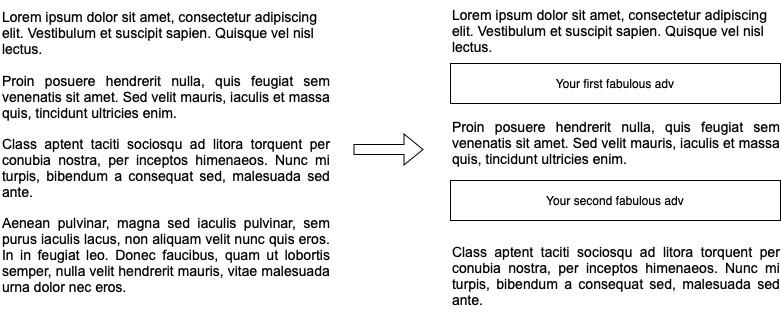
The draw.io diagram art/how-it-works.png in The-3Labs-Team/laravel-ads-post-parser, before a commit. Source tidied: cells renumbered, new cells last; positions are measured from the earlier drawing's top-left corner, leaving out a move shared by most shapes.
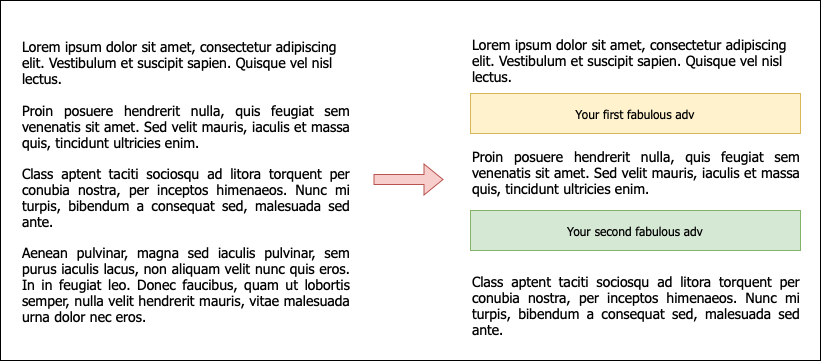
Above is the later version.

Commit message:
Update how it works image

The edit, as a diff of the source:
```diff
@@ -2,22 +2,25 @@
   <root>
     <mxCell id="0" />
     <mxCell id="1" parent="0" />
+    <mxCell id="8" style="rounded=0;whiteSpace=wrap;html=1;fontFamily=Tahoma;" parent="1" vertex="1">
+      <mxGeometry x="-20" y="-30" width="820" height="360" as="geometry" />
+    </mxCell>
-    <mxCell id="2" value="&lt;div style=&quot;caret-color: rgb(0, 0, 0); color: rgb(0, 0, 0); font-family: Helvetica; font-size: 12px; font-style: normal; font-variant-caps: normal; font-weight: 400; letter-spacing: normal; orphans: auto; text-align: left; text-indent: 0px; text-transform: none; white-space: normal; widows: auto; word-spacing: 0px; -webkit-text-stroke-width: 0px; text-decoration: none;&quot;&gt;&lt;span style=&quot;font-family: &amp;quot;Open Sans&amp;quot;, Arial, sans-serif; font-size: 14px; text-align: justify;&quot;&gt;Lorem ipsum dolor sit amet, consectetur adipiscing elit. Vestibulum et suscipit sapien. Quisque vel nisl lectus.&lt;/span&gt;&lt;br&gt;&lt;/div&gt;&lt;div style=&quot;caret-color: rgb(0, 0, 0); color: rgb(0, 0, 0); font-family: Helvetica; font-size: 12px; font-style: normal; font-variant-caps: normal; font-weight: 400; letter-spacing: normal; orphans: auto; text-align: left; text-indent: 0px; text-transform: none; white-space: normal; widows: auto; word-spacing: 0px; -webkit-text-stroke-width: 0px; text-decoration: none;&quot;&gt;&lt;span style=&quot;font-family: &amp;quot;Open Sans&amp;quot;, Arial, sans-serif; font-size: 14px; text-align: justify;&quot;&gt;&lt;br&gt;&lt;/span&gt;&lt;/div&gt;&lt;div style=&quot;caret-color: rgb(0, 0, 0); color: rgb(0, 0, 0); font-family: Helvetica; font-size: 12px; font-style: normal; font-variant-caps: normal; font-weight: 400; letter-spacing: normal; orphans: auto; text-align: left; text-indent: 0px; text-transform: none; white-space: normal; widows: auto; word-spacing: 0px; -webkit-text-stroke-width: 0px; text-decoration: none;&quot;&gt;&lt;p style=&quot;margin: 0px 0px 15px; padding: 0px; text-align: justify; font-family: &amp;quot;Open Sans&amp;quot;, Arial, sans-serif; font-size: 14px;&quot;&gt;Proin posuere hendrerit nulla, quis feugiat sem venenatis sit amet. Sed velit mauris, iaculis et massa quis, tincidunt ultricies enim.&lt;/p&gt;&lt;p style=&quot;margin: 0px 0px 15px; padding: 0px; text-align: justify; font-family: &amp;quot;Open Sans&amp;quot;, Arial, sans-serif; font-size: 14px;&quot;&gt;Class aptent taciti sociosqu ad litora torquent per conubia nostra, per inceptos himenaeos. Nunc mi turpis, bibendum a consequat sed, malesuada sed ante.&lt;/p&gt;&lt;p style=&quot;margin: 0px 0px 15px; padding: 0px; text-align: justify; font-family: &amp;quot;Open Sans&amp;quot;, Arial, sans-serif; font-size: 14px;&quot;&gt;Aenean pulvinar, magna sed iaculis pulvinar, sem purus iaculis lacus, non aliquam velit nunc quis eros. In in feugiat leo. Donec faucibus, quam ut lobortis semper, nulla velit hendrerit mauris, vitae malesuada urna dolor nec eros.&lt;/p&gt;&lt;/div&gt;" style="text;whiteSpace=wrap;html=1;" parent="1" vertex="1">
+    <mxCell id="2" value="&lt;div style=&quot;caret-color: rgb(0, 0, 0); color: rgb(0, 0, 0); font-size: 12px; font-style: normal; font-variant-caps: normal; font-weight: 400; letter-spacing: normal; text-align: left; text-indent: 0px; text-transform: none; white-space: normal; word-spacing: 0px; -webkit-text-stroke-width: 0px; text-decoration: none;&quot;&gt;&lt;span style=&quot;font-size: 14px; text-align: justify;&quot;&gt;Lorem ipsum dolor sit amet, consectetur adipiscing elit. Vestibulum et suscipit sapien. Quisque vel nisl lectus.&lt;/span&gt;&lt;br&gt;&lt;/div&gt;&lt;div style=&quot;caret-color: rgb(0, 0, 0); color: rgb(0, 0, 0); font-size: 12px; font-style: normal; font-variant-caps: normal; font-weight: 400; letter-spacing: normal; text-align: left; text-indent: 0px; text-transform: none; white-space: normal; word-spacing: 0px; -webkit-text-stroke-width: 0px; text-decoration: none;&quot;&gt;&lt;span style=&quot;font-size: 14px; text-align: justify;&quot;&gt;&lt;br&gt;&lt;/span&gt;&lt;/div&gt;&lt;div style=&quot;caret-color: rgb(0, 0, 0); color: rgb(0, 0, 0); font-size: 12px; font-style: normal; font-variant-caps: normal; font-weight: 400; letter-spacing: normal; text-align: left; text-indent: 0px; text-transform: none; white-space: normal; word-spacing: 0px; -webkit-text-stroke-width: 0px; text-decoration: none;&quot;&gt;&lt;p style=&quot;margin: 0px 0px 15px; padding: 0px; text-align: justify; font-size: 14px;&quot;&gt;Proin posuere hendrerit nulla, quis feugiat sem venenatis sit amet. Sed velit mauris, iaculis et massa quis, tincidunt ultricies enim.&lt;/p&gt;&lt;p style=&quot;margin: 0px 0px 15px; padding: 0px; text-align: justify; font-size: 14px;&quot;&gt;Class aptent taciti sociosqu ad litora torquent per conubia nostra, per inceptos himenaeos. Nunc mi turpis, bibendum a consequat sed, malesuada sed ante.&lt;/p&gt;&lt;p style=&quot;margin: 0px 0px 15px; padding: 0px; text-align: justify; font-size: 14px;&quot;&gt;Aenean pulvinar, magna sed iaculis pulvinar, sem purus iaculis lacus, non aliquam velit nunc quis eros. In in feugiat leo. Donec faucibus, quam ut lobortis semper, nulla velit hendrerit mauris, vitae malesuada urna dolor nec eros.&lt;/p&gt;&lt;/div&gt;" style="text;whiteSpace=wrap;html=1;fontFamily=Tahoma;" parent="1" vertex="1">
       <mxGeometry y="2" width="330" height="300" as="geometry" />
     </mxCell>
-    <mxCell id="3" style="group;" parent="1" vertex="1">
+    <mxCell id="3" style="group;fontFamily=Tahoma;" parent="1" vertex="1">
       <mxGeometry x="450" width="330" height="300" as="geometry" />
     </mxCell>
-    <mxCell id="4" value="&lt;div style=&quot;caret-color: rgb(0, 0, 0); color: rgb(0, 0, 0); font-family: Helvetica; font-size: 12px; font-style: normal; font-variant-caps: normal; font-weight: 400; letter-spacing: normal; orphans: auto; text-align: left; text-indent: 0px; text-transform: none; white-space: normal; widows: auto; word-spacing: 0px; -webkit-text-stroke-width: 0px; text-decoration: none;&quot;&gt;&lt;span style=&quot;font-family: &amp;quot;Open Sans&amp;quot;, Arial, sans-serif; font-size: 14px; text-align: justify;&quot;&gt;Lorem ipsum dolor sit amet, consectetur adipiscing elit. Vestibulum et suscipit sapien. Quisque vel nisl lectus.&lt;/span&gt;&lt;br&gt;&lt;/div&gt;&lt;div style=&quot;caret-color: rgb(0, 0, 0); color: rgb(0, 0, 0); font-family: Helvetica; font-size: 12px; font-style: normal; font-variant-caps: normal; font-weight: 400; letter-spacing: normal; orphans: auto; text-align: left; text-indent: 0px; text-transform: none; white-space: normal; widows: auto; word-spacing: 0px; -webkit-text-stroke-width: 0px; text-decoration: none;&quot;&gt;&lt;span style=&quot;font-family: &amp;quot;Open Sans&amp;quot;, Arial, sans-serif; font-size: 14px; text-align: justify;&quot;&gt;&lt;br&gt;&lt;/span&gt;&lt;/div&gt;&lt;div style=&quot;caret-color: rgb(0, 0, 0); color: rgb(0, 0, 0); font-family: Helvetica; font-size: 12px; font-style: normal; font-variant-caps: normal; font-weight: 400; letter-spacing: normal; orphans: auto; text-align: left; text-indent: 0px; text-transform: none; white-space: normal; widows: auto; word-spacing: 0px; -webkit-text-stroke-width: 0px; text-decoration: none;&quot;&gt;&lt;span style=&quot;font-family: &amp;quot;Open Sans&amp;quot;, Arial, sans-serif; font-size: 14px; text-align: justify;&quot;&gt;&lt;br&gt;&lt;/span&gt;&lt;/div&gt;&lt;div style=&quot;caret-color: rgb(0, 0, 0); color: rgb(0, 0, 0); font-family: Helvetica; font-size: 12px; font-style: normal; font-variant-caps: normal; font-weight: 400; letter-spacing: normal; orphans: auto; text-align: left; text-indent: 0px; text-transform: none; white-space: normal; widows: auto; word-spacing: 0px; -webkit-text-stroke-width: 0px; text-decoration: none;&quot;&gt;&lt;span style=&quot;font-family: &amp;quot;Open Sans&amp;quot;, Arial, sans-serif; font-size: 14px; text-align: justify;&quot;&gt;&lt;br&gt;&lt;/span&gt;&lt;/div&gt;&lt;div style=&quot;caret-color: rgb(0, 0, 0); color: rgb(0, 0, 0); font-family: Helvetica; font-size: 12px; font-style: normal; font-variant-caps: normal; font-weight: 400; letter-spacing: normal; orphans: auto; text-align: left; text-indent: 0px; text-transform: none; white-space: normal; widows: auto; word-spacing: 0px; -webkit-text-stroke-width: 0px; text-decoration: none;&quot;&gt;&lt;span style=&quot;font-family: &amp;quot;Open Sans&amp;quot;, Arial, sans-serif; font-size: 14px; text-align: justify;&quot;&gt;&lt;br&gt;&lt;/span&gt;&lt;/div&gt;&lt;div style=&quot;caret-color: rgb(0, 0, 0); color: rgb(0, 0, 0); font-family: Helvetica; font-size: 12px; font-style: normal; font-variant-caps: normal; font-weight: 400; letter-spacing: normal; orphans: auto; text-align: left; text-indent: 0px; text-transform: none; white-space: normal; widows: auto; word-spacing: 0px; -webkit-text-stroke-width: 0px; text-decoration: none;&quot;&gt;&lt;p style=&quot;margin: 0px 0px 15px; padding: 0px; text-align: justify; font-family: &amp;quot;Open Sans&amp;quot;, Arial, sans-serif; font-size: 14px;&quot;&gt;Proin posuere hendrerit nulla, quis feugiat sem venenatis sit amet. Sed velit mauris, iaculis et massa quis, tincidunt ultricies enim.&lt;/p&gt;&lt;p style=&quot;margin: 0px 0px 15px; padding: 0px; text-align: justify; font-family: &amp;quot;Open Sans&amp;quot;, Arial, sans-serif; font-size: 14px;&quot;&gt;&lt;br&gt;&lt;/p&gt;&lt;p style=&quot;margin: 0px 0px 15px; padding: 0px; text-align: justify; font-family: &amp;quot;Open Sans&amp;quot;, Arial, sans-serif; font-size: 14px;&quot;&gt;&lt;br&gt;&lt;/p&gt;&lt;p style=&quot;margin: 0px 0px 15px; padding: 0px; text-align: justify; font-family: &amp;quot;Open Sans&amp;quot;, Arial, sans-serif; font-size: 14px;&quot;&gt;Class aptent taciti sociosqu ad litora torquent per conubia nostra, per inceptos himenaeos. Nunc mi turpis, bibendum a consequat sed, malesuada sed ante.&lt;/p&gt;&lt;/div&gt;" style="text;whiteSpace=wrap;html=1;" parent="3" vertex="1">
+    <mxCell id="4" value="&lt;div style=&quot;caret-color: rgb(0, 0, 0); color: rgb(0, 0, 0); font-size: 12px; font-style: normal; font-variant-caps: normal; font-weight: 400; letter-spacing: normal; text-align: left; text-indent: 0px; text-transform: none; white-space: normal; word-spacing: 0px; -webkit-text-stroke-width: 0px; text-decoration: none;&quot;&gt;&lt;span style=&quot;font-size: 14px; text-align: justify;&quot;&gt;Lorem ipsum dolor sit amet, consectetur adipiscing elit. Vestibulum et suscipit sapien. Quisque vel nisl lectus.&lt;/span&gt;&lt;br&gt;&lt;/div&gt;&lt;div style=&quot;caret-color: rgb(0, 0, 0); color: rgb(0, 0, 0); font-size: 12px; font-style: normal; font-variant-caps: normal; font-weight: 400; letter-spacing: normal; text-align: left; text-indent: 0px; text-transform: none; white-space: normal; word-spacing: 0px; -webkit-text-stroke-width: 0px; text-decoration: none;&quot;&gt;&lt;span style=&quot;font-size: 14px; text-align: justify;&quot;&gt;&lt;br&gt;&lt;/span&gt;&lt;/div&gt;&lt;div style=&quot;caret-color: rgb(0, 0, 0); color: rgb(0, 0, 0); font-size: 12px; font-style: normal; font-variant-caps: normal; font-weight: 400; letter-spacing: normal; text-align: left; text-indent: 0px; text-transform: none; white-space: normal; word-spacing: 0px; -webkit-text-stroke-width: 0px; text-decoration: none;&quot;&gt;&lt;span style=&quot;font-size: 14px; text-align: justify;&quot;&gt;&lt;br&gt;&lt;/span&gt;&lt;/div&gt;&lt;div style=&quot;caret-color: rgb(0, 0, 0); color: rgb(0, 0, 0); font-size: 12px; font-style: normal; font-variant-caps: normal; font-weight: 400; letter-spacing: normal; text-align: left; text-indent: 0px; text-transform: none; white-space: normal; word-spacing: 0px; -webkit-text-stroke-width: 0px; text-decoration: none;&quot;&gt;&lt;span style=&quot;font-size: 14px; text-align: justify;&quot;&gt;&lt;br&gt;&lt;/span&gt;&lt;/div&gt;&lt;div style=&quot;caret-color: rgb(0, 0, 0); color: rgb(0, 0, 0); font-size: 12px; font-style: normal; font-variant-caps: normal; font-weight: 400; letter-spacing: normal; text-align: left; text-indent: 0px; text-transform: none; white-space: normal; word-spacing: 0px; -webkit-text-stroke-width: 0px; text-decoration: none;&quot;&gt;&lt;span style=&quot;font-size: 14px; text-align: justify;&quot;&gt;&lt;br&gt;&lt;/span&gt;&lt;/div&gt;&lt;div style=&quot;caret-color: rgb(0, 0, 0); color: rgb(0, 0, 0); font-size: 12px; font-style: normal; font-variant-caps: normal; font-weight: 400; letter-spacing: normal; text-align: left; text-indent: 0px; text-transform: none; white-space: normal; word-spacing: 0px; -webkit-text-stroke-width: 0px; text-decoration: none;&quot;&gt;&lt;p style=&quot;margin: 0px 0px 15px; padding: 0px; text-align: justify; font-size: 14px;&quot;&gt;Proin posuere hendrerit nulla, quis feugiat sem venenatis sit amet. Sed velit mauris, iaculis et massa quis, tincidunt ultricies enim.&lt;/p&gt;&lt;p style=&quot;margin: 0px 0px 15px; padding: 0px; text-align: justify; font-size: 14px;&quot;&gt;&lt;br&gt;&lt;/p&gt;&lt;p style=&quot;margin: 0px 0px 15px; padding: 0px; text-align: justify; font-size: 14px;&quot;&gt;&lt;br&gt;&lt;/p&gt;&lt;p style=&quot;margin: 0px 0px 15px; padding: 0px; text-align: justify; font-size: 14px;&quot;&gt;Class aptent taciti sociosqu ad litora torquent per conubia nostra, per inceptos himenaeos. Nunc mi turpis, bibendum a consequat sed, malesuada sed ante.&lt;/p&gt;&lt;/div&gt;" style="text;whiteSpace=wrap;html=1;fontFamily=Tahoma;" parent="3" vertex="1">
       <mxGeometry width="330" height="300" as="geometry" />
     </mxCell>
-    <mxCell id="5" value="Your first fabulous adv" style="rounded=0;whiteSpace=wrap;html=1;" parent="3" vertex="1">
+    <mxCell id="5" value="Your first fabulous adv" style="rounded=0;whiteSpace=wrap;html=1;fillColor=#fff2cc;strokeColor=#d6b656;fontFamily=Tahoma;" parent="3" vertex="1">
       <mxGeometry y="63" width="330" height="40" as="geometry" />
     </mxCell>
-    <mxCell id="6" value="Your second fabulous adv" style="rounded=0;whiteSpace=wrap;html=1;" parent="3" vertex="1">
+    <mxCell id="6" value="Your second fabulous adv" style="rounded=0;whiteSpace=wrap;html=1;fillColor=#d5e8d4;strokeColor=#82b366;fontFamily=Tahoma;" parent="3" vertex="1">
       <mxGeometry y="180" width="330" height="40" as="geometry" />
     </mxCell>
-    <mxCell id="7" style="shape=flexArrow;endArrow=classic;html=1;rounded=0;" parent="1" edge="1">
+    <mxCell id="7" style="shape=flexArrow;endArrow=classic;html=1;rounded=0;fillColor=#f8cecc;strokeColor=#b85450;fontFamily=Tahoma;" parent="1" edge="1">
       <mxGeometry relative="1" as="geometry">
         <mxPoint x="353" y="149" as="sourcePoint" />
         <mxPoint x="423" y="149" as="targetPoint" />
```
